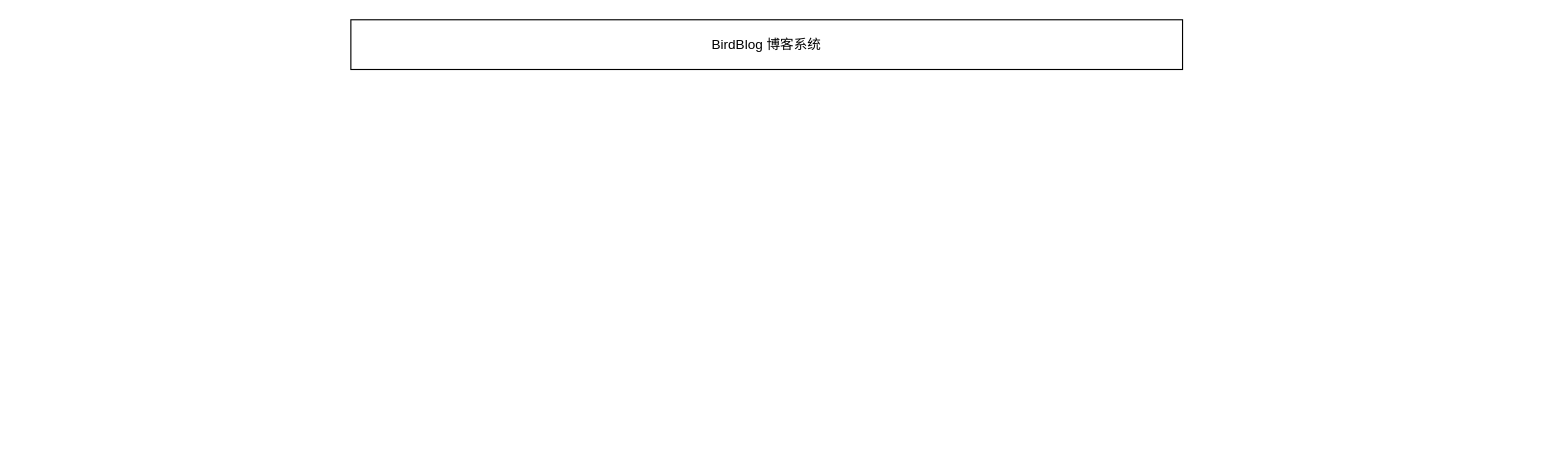
zhangbird050801/bird-blog keeps this draw.io diagram as graph/系统功能模块图.drawio. Above is the earlier version. Source tidied: cells renumbered, new cells numbered last; positions are measured from the earlier drawing's top-left corner, leaving out a move shared by most shapes. Both pictures are drawn from the tidied source at 113%, with x=0, y=0 at pixel (350, 19).
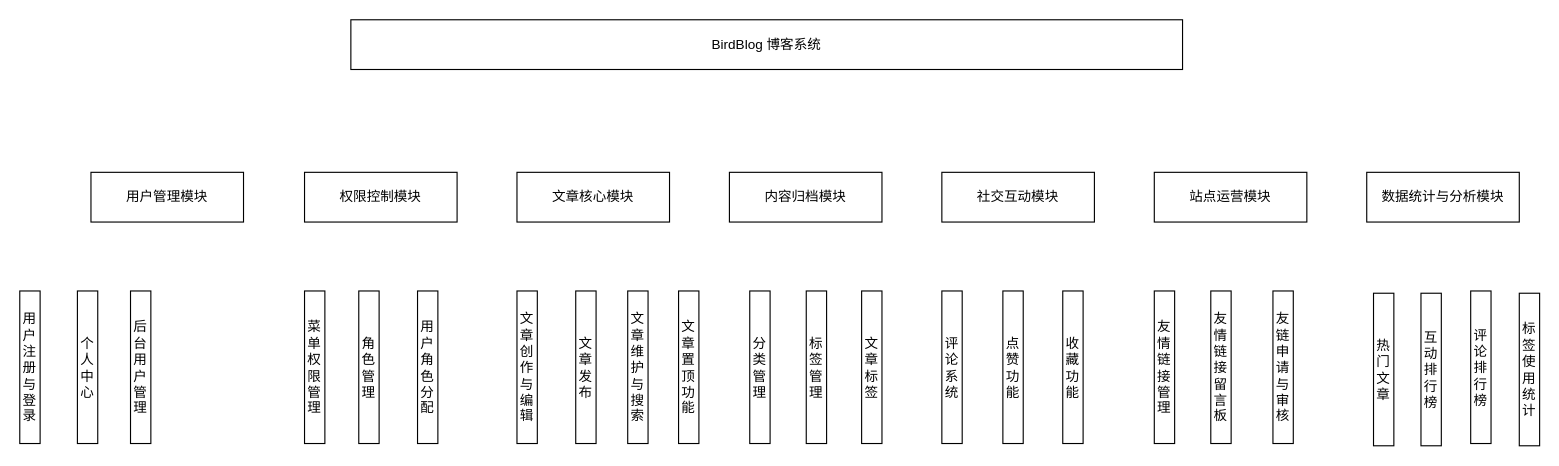
The same page after the edit.

Commit message:
更新系统功能模块图.drawio

Change to the diagram source:
```diff
@@
+    <mxCell id="3" value="用户管理模块" style="rounded=0;whiteSpace=wrap;html=1;" parent="1" vertex="1">
+      <mxGeometry x="-230" y="135" width="135" height="44" as="geometry" />
+    </mxCell>
+    <mxCell id="4" value="权限控制模块" style="rounded=0;whiteSpace=wrap;html=1;" parent="1" vertex="1">
+      <mxGeometry x="-41" y="135" width="135" height="44" as="geometry" />
+    </mxCell>
+    <mxCell id="5" value="文章核心模块" style="rounded=0;whiteSpace=wrap;html=1;" parent="1" vertex="1">
+      <mxGeometry x="147" y="135" width="135" height="44" as="geometry" />
+    </mxCell>
+    <mxCell id="6" value="内容归档模块" style="rounded=0;whiteSpace=wrap;html=1;" parent="1" vertex="1">
+      <mxGeometry x="335" y="135" width="135" height="44" as="geometry" />
+    </mxCell>
+    <mxCell id="7" value="社交互动模块" style="rounded=0;whiteSpace=wrap;html=1;" parent="1" vertex="1">
+      <mxGeometry x="523" y="135" width="135" height="44" as="geometry" />
+    </mxCell>
+    <mxCell id="8" value="站点运营模块" style="rounded=0;whiteSpace=wrap;html=1;" parent="1" vertex="1">
+      <mxGeometry x="711" y="135" width="135" height="44" as="geometry" />
+    </mxCell>
+    <mxCell id="9" value="数据统计与分析模块" style="rounded=0;whiteSpace=wrap;html=1;" parent="1" vertex="1">
+      <mxGeometry x="899" y="135" width="135" height="44" as="geometry" />
+    </mxCell>
+    <mxCell id="10" value="用户注册与登录" style="rounded=0;whiteSpace=wrap;html=1;direction=south;" parent="1" vertex="1">
+      <mxGeometry x="-293" y="240" width="18" height="135" as="geometry" />
+    </mxCell>
+    <mxCell id="11" value="个人中心" style="rounded=0;whiteSpace=wrap;html=1;direction=south;" parent="1" vertex="1">
+      <mxGeometry x="-242" y="240" width="18" height="135" as="geometry" />
+    </mxCell>
+    <mxCell id="12" value="后台用户管理" style="rounded=0;whiteSpace=wrap;html=1;direction=south;" parent="1" vertex="1">
+      <mxGeometry x="-195" y="240" width="18" height="135" as="geometry" />
+    </mxCell>
+    <mxCell id="13" value="菜单权限管理" style="rounded=0;whiteSpace=wrap;html=1;direction=south;" parent="1" vertex="1">
+      <mxGeometry x="-41" y="240" width="18" height="135" as="geometry" />
+    </mxCell>
+    <mxCell id="14" value="角色管理" style="rounded=0;whiteSpace=wrap;html=1;direction=south;" parent="1" vertex="1">
+      <mxGeometry x="7" y="240" width="18" height="135" as="geometry" />
+    </mxCell>
+    <mxCell id="15" value="用户角色分配" style="rounded=0;whiteSpace=wrap;html=1;direction=south;" parent="1" vertex="1">
+      <mxGeometry x="59" y="240" width="18" height="135" as="geometry" />
+    </mxCell>
+    <mxCell id="16" value="文章创作与编辑" style="rounded=0;whiteSpace=wrap;html=1;direction=south;" parent="1" vertex="1">
+      <mxGeometry x="147" y="240" width="18" height="135" as="geometry" />
+    </mxCell>
+    <mxCell id="17" value="文章发布" style="rounded=0;whiteSpace=wrap;html=1;direction=south;" parent="1" vertex="1">
+      <mxGeometry x="199" y="240" width="18" height="135" as="geometry" />
+    </mxCell>
+    <mxCell id="18" value="文章维护与搜索" style="rounded=0;whiteSpace=wrap;html=1;direction=south;" parent="1" vertex="1">
+      <mxGeometry x="245" y="240" width="18" height="135" as="geometry" />
+    </mxCell>
+    <mxCell id="19" value="文章置顶功能" style="rounded=0;whiteSpace=wrap;html=1;direction=south;" parent="1" vertex="1">
+      <mxGeometry x="290" y="240" width="18" height="135" as="geometry" />
+    </mxCell>
+    <mxCell id="20" value="分类管理" style="rounded=0;whiteSpace=wrap;html=1;direction=south;" parent="1" vertex="1">
+      <mxGeometry x="353" y="240" width="18" height="135" as="geometry" />
+    </mxCell>
+    <mxCell id="21" value="标签管理" style="rounded=0;whiteSpace=wrap;html=1;direction=south;" parent="1" vertex="1">
+      <mxGeometry x="403" y="240" width="18" height="135" as="geometry" />
+    </mxCell>
+    <mxCell id="22" value="文章标签" style="rounded=0;whiteSpace=wrap;html=1;direction=south;" parent="1" vertex="1">
+      <mxGeometry x="452" y="240" width="18" height="135" as="geometry" />
+    </mxCell>
+    <mxCell id="23" value="评论系统" style="rounded=0;whiteSpace=wrap;html=1;direction=south;" parent="1" vertex="1">
+      <mxGeometry x="523" y="240" width="18" height="135" as="geometry" />
+    </mxCell>
+    <mxCell id="24" value="点赞功能" style="rounded=0;whiteSpace=wrap;html=1;direction=south;" parent="1" vertex="1">
+      <mxGeometry x="577" y="240" width="18" height="135" as="geometry" />
+    </mxCell>
+    <mxCell id="25" value="收藏功能" style="rounded=0;whiteSpace=wrap;html=1;direction=south;" parent="1" vertex="1">
+      <mxGeometry x="630" y="240" width="18" height="135" as="geometry" />
+    </mxCell>
+    <mxCell id="26" value="友情链接管理" style="rounded=0;whiteSpace=wrap;html=1;direction=south;" parent="1" vertex="1">
+      <mxGeometry x="711" y="240" width="18" height="135" as="geometry" />
+    </mxCell>
+    <mxCell id="27" value="友情链接留言板" style="rounded=0;whiteSpace=wrap;html=1;direction=south;" parent="1" vertex="1">
+      <mxGeometry x="761" y="240" width="18" height="135" as="geometry" />
+    </mxCell>
+    <mxCell id="28" value="友链申请与审核" style="rounded=0;whiteSpace=wrap;html=1;direction=south;" parent="1" vertex="1">
+      <mxGeometry x="816" y="240" width="18" height="135" as="geometry" />
+    </mxCell>
+    <mxCell id="29" value="热门文章" style="rounded=0;whiteSpace=wrap;html=1;direction=south;" parent="1" vertex="1">
+      <mxGeometry x="905" y="242" width="18" height="135" as="geometry" />
+    </mxCell>
+    <mxCell id="30" value="互动排行榜" style="rounded=0;whiteSpace=wrap;html=1;direction=south;" parent="1" vertex="1">
+      <mxGeometry x="947" y="242" width="18" height="135" as="geometry" />
+    </mxCell>
+    <mxCell id="31" value="评论排行榜" style="rounded=0;whiteSpace=wrap;html=1;direction=south;" parent="1" vertex="1">
+      <mxGeometry x="991" y="240" width="18" height="135" as="geometry" />
+    </mxCell>
+    <mxCell id="32" value="标签使用统计" style="rounded=0;whiteSpace=wrap;html=1;direction=south;" parent="1" vertex="1">
+      <mxGeometry x="1034" y="242" width="18" height="135" as="geometry" />
+    </mxCell>
```
